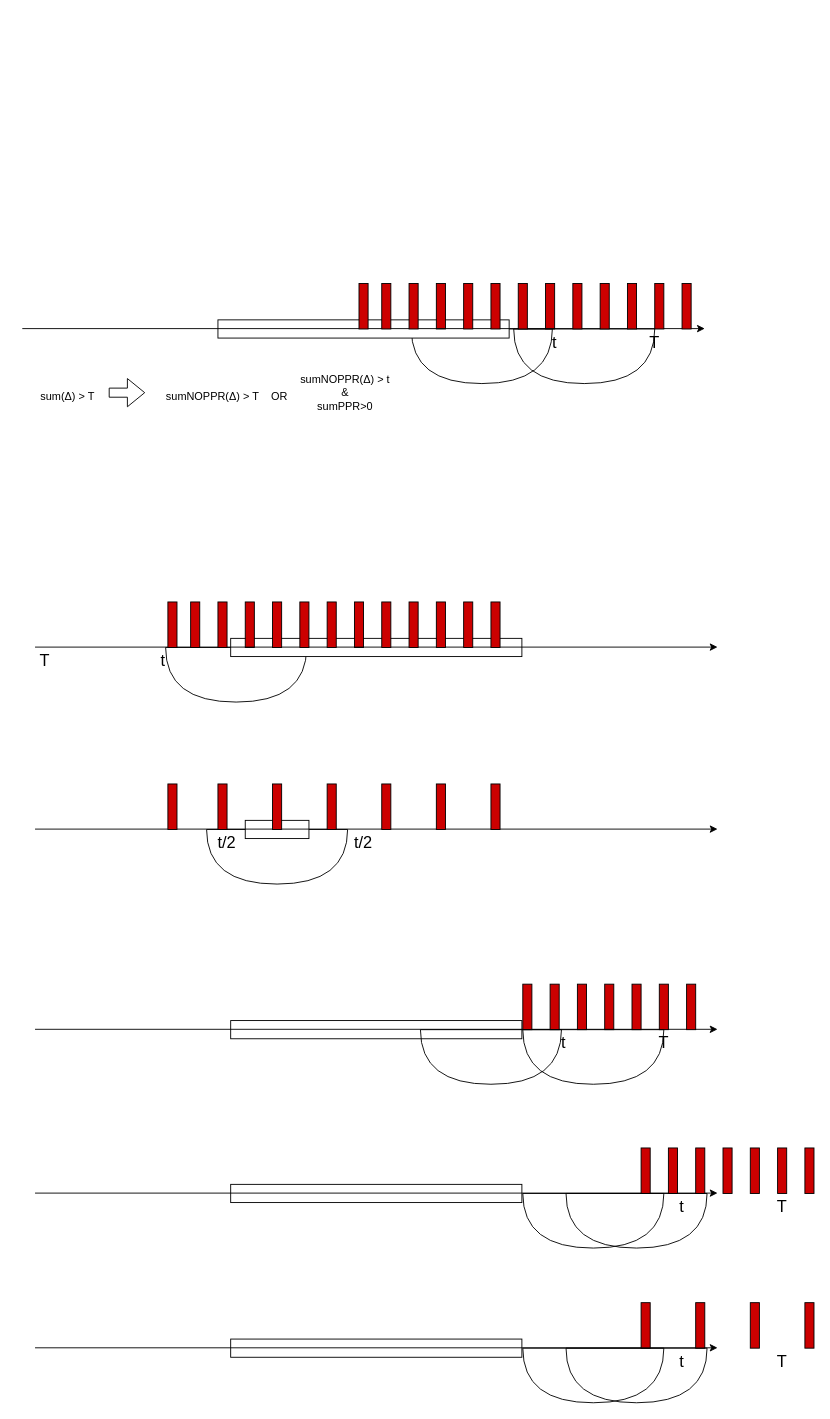
The draw.io diagram page "Страница 1" (1 of 3) of PPR-NOPPR.drawio in qqmax7/test, before the edit. Source tidied: cells renumbered, new cells numbered last; positions are measured from the earlier drawing's top-left corner, leaving out a move shared by most shapes. Both pictures are drawn from the tidied source at 91%, with x=0, y=0 at pixel (17, 283).
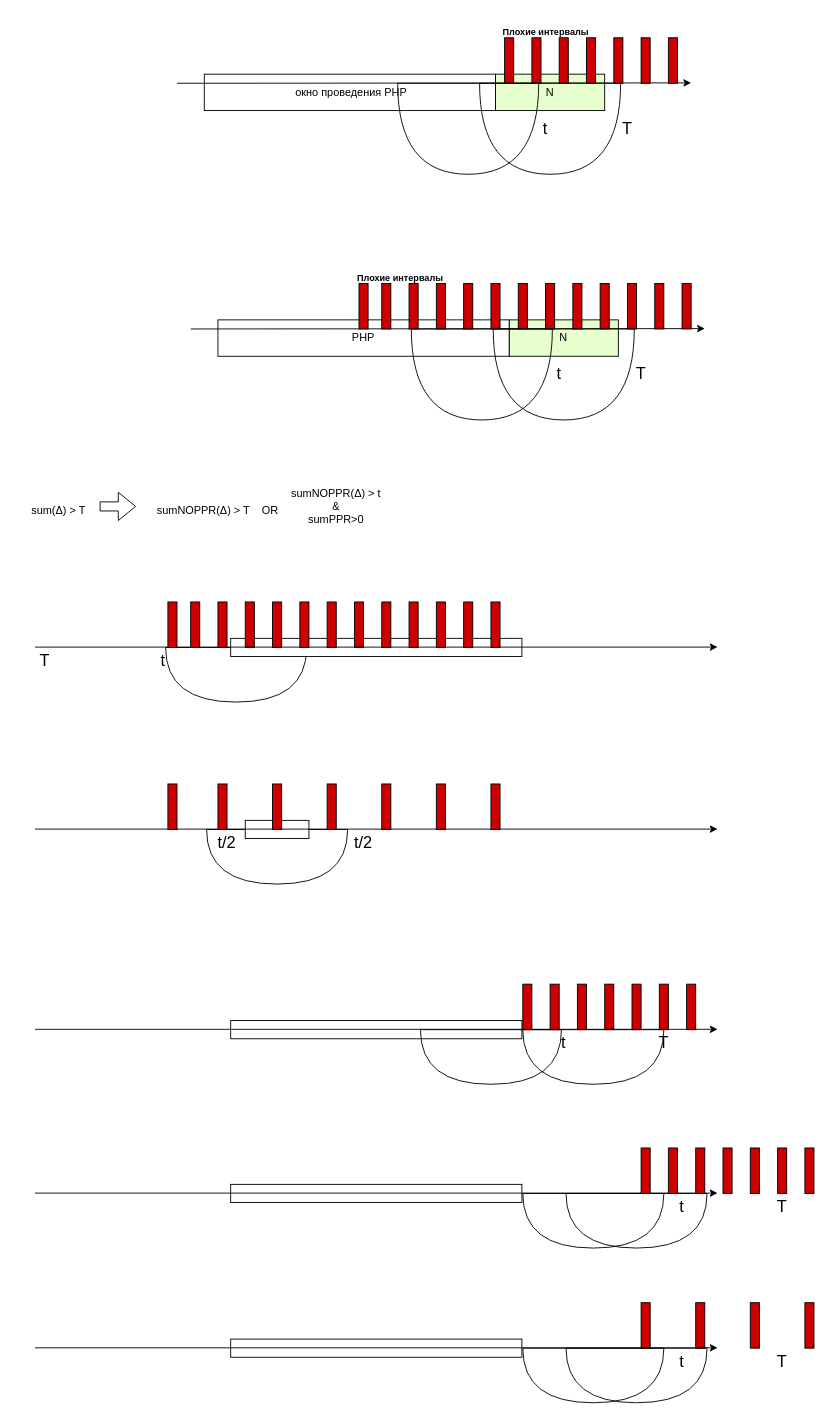
The same diagram, later.

The edit, as a diff of the source:
```diff
@@
-    <mxCell id="2" style="shape=or;whiteSpace=wrap;html=1;rotation=90;fillColor=none;" parent="1" vertex="1">
-      <mxGeometry x="592.5" y="2.5" width="60" height="155" as="geometry" />
-    </mxCell>
-    <mxCell id="3" style="shape=or;whiteSpace=wrap;html=1;rotation=90;fillColor=none;" parent="1" vertex="1">
-      <mxGeometry x="480" y="2.5" width="60" height="155" as="geometry" />
-    </mxCell>
+    <mxCell id="91" value="N" style="rounded=0;whiteSpace=wrap;html=1;fillColor=#E6FFCC;" parent="1" vertex="1">
+      <mxGeometry x="540" y="40" width="120" height="40" as="geometry" />
+    </mxCell>
-    <mxCell id="4" style="rounded=0;whiteSpace=wrap;html=1;" parent="1" vertex="1">
-      <mxGeometry x="220" y="40" width="320" height="20" as="geometry" />
+    <mxCell id="4" value="PHP" style="rounded=0;whiteSpace=wrap;html=1;" parent="1" vertex="1">
+      <mxGeometry x="220" y="40" width="320" height="40" as="geometry" />
     </mxCell>
@@
     <mxCell id="7" style="endArrow=classic;html=1;rounded=0;" parent="1" edge="1">
       <mxGeometry relative="1" as="geometry">
-        <mxPoint x="5" y="49.6" as="sourcePoint" />
+        <mxPoint x="190" y="50" as="sourcePoint" />
         <mxPoint x="755" y="49.6" as="targetPoint" />
       </mxGeometry>
     </mxCell>
@@
     <mxCell id="19" value="&lt;font style=&quot;font-size: 18px;&quot;&gt;t&lt;/font&gt;" style="text;html=1;strokeColor=none;fillColor=none;align=center;verticalAlign=middle;whiteSpace=wrap;rounded=0;" parent="1" vertex="1">
-      <mxGeometry x="560" y="50" width="60" height="30" as="geometry" />
+      <mxGeometry x="565" y="85" width="60" height="30" as="geometry" />
     </mxCell>
     <mxCell id="20" value="&lt;font style=&quot;font-size: 18px;&quot;&gt;T&lt;/font&gt;" style="text;html=1;strokeColor=none;fillColor=none;align=center;verticalAlign=middle;whiteSpace=wrap;rounded=0;" parent="1" vertex="1">
-      <mxGeometry x="670" y="50" width="60" height="30" as="geometry" />
+      <mxGeometry x="655" y="85" width="60" height="30" as="geometry" />
     </mxCell>
     <mxCell id="21" value="sum(Δ) &amp;gt; T" style="text;html=1;strokeColor=none;fillColor=none;align=center;verticalAlign=middle;whiteSpace=wrap;rounded=0;" parent="1" vertex="1">
-      <mxGeometry x="10" y="110" width="90" height="30" as="geometry" />
+      <mxGeometry y="235" width="90" height="30" as="geometry" />
     </mxCell>
     <mxCell id="22" style="shape=flexArrow;endArrow=classic;html=1;rounded=0;" parent="1" edge="1">
       <mxGeometry relative="1" as="geometry">
-        <mxPoint x="100" y="120" as="sourcePoint" />
-        <mxPoint x="140" y="120" as="targetPoint" />
+        <mxPoint x="90" y="245" as="sourcePoint" />
+        <mxPoint x="130" y="245" as="targetPoint" />
       </mxGeometry>
     </mxCell>
     <mxCell id="23" value="sumNOPPR(Δ) &amp;gt; t&lt;br&gt;&amp;amp;&lt;br&gt;sumPPR&amp;gt;0" style="text;html=1;strokeColor=none;fillColor=none;align=center;verticalAlign=middle;whiteSpace=wrap;rounded=0;" parent="1" vertex="1">
-      <mxGeometry x="280" y="105" width="160" height="30" as="geometry" />
+      <mxGeometry x="270" y="230" width="160" height="30" as="geometry" />
     </mxCell>
     <mxCell id="24" value="sumNOPPR(Δ) &amp;gt; T&amp;nbsp;&amp;nbsp;&amp;nbsp; OR" style="text;html=1;strokeColor=none;fillColor=none;align=center;verticalAlign=middle;whiteSpace=wrap;rounded=0;" parent="1" vertex="1">
-      <mxGeometry x="150" y="110" width="160" height="30" as="geometry" />
+      <mxGeometry x="140" y="235" width="160" height="30" as="geometry" />
     </mxCell>
@@
+    <mxCell id="92" style="shape=or;whiteSpace=wrap;html=1;rotation=90;fillColor=none;" parent="1" vertex="1">
+      <mxGeometry x="550" y="22.5" width="100" height="155" as="geometry" />
+    </mxCell>
+    <mxCell id="93" value="&lt;font style=&quot;font-size: 10px;&quot;&gt;Плохие интервалы&lt;/font&gt;" style="text;strokeColor=none;fillColor=none;html=1;fontSize=24;fontStyle=1;verticalAlign=middle;align=center;" parent="1" vertex="1">
+      <mxGeometry x="370" y="-20" width="100" height="20" as="geometry" />
+    </mxCell>
+    <mxCell id="3" style="shape=or;whiteSpace=wrap;html=1;rotation=90;fillColor=none;" parent="1" vertex="1">
+      <mxGeometry x="460" y="22.5" width="100" height="155" as="geometry" />
+    </mxCell>
+    <mxCell id="94" value="N " style="rounded=0;whiteSpace=wrap;html=1;fillColor=#E6FFCC;" parent="1" vertex="1">
+      <mxGeometry x="525" y="-230" width="120" height="40" as="geometry" />
+    </mxCell>
+    <mxCell id="95" value="&amp;nbsp;окно проведения PHP" style="rounded=0;whiteSpace=wrap;html=1;" parent="1" vertex="1">
+      <mxGeometry x="205" y="-230" width="320" height="40" as="geometry" />
+    </mxCell>
+    <mxCell id="96" style="rounded=0;whiteSpace=wrap;html=1;fillColor=#CC0000;" parent="1" vertex="1">
+      <mxGeometry x="565" y="-270" width="10" height="50" as="geometry" />
+    </mxCell>
+    <mxCell id="97" style="endArrow=classic;html=1;rounded=0;" parent="1" edge="1">
+      <mxGeometry relative="1" as="geometry">
+        <mxPoint x="175" y="-220" as="sourcePoint" />
+        <mxPoint x="740" y="-220.4" as="targetPoint" />
+      </mxGeometry>
+    </mxCell>
+    <mxCell id="98" style="rounded=0;whiteSpace=wrap;html=1;fillColor=#CC0000;" parent="1" vertex="1">
+      <mxGeometry x="535" y="-270" width="10" height="50" as="geometry" />
+    </mxCell>
+    <mxCell id="99" style="rounded=0;whiteSpace=wrap;html=1;fillColor=#CC0000;" parent="1" vertex="1">
+      <mxGeometry x="595" y="-270" width="10" height="50" as="geometry" />
+    </mxCell>
+    <mxCell id="100" style="rounded=0;whiteSpace=wrap;html=1;fillColor=#CC0000;" parent="1" vertex="1">
+      <mxGeometry x="625" y="-270" width="10" height="50" as="geometry" />
+    </mxCell>
+    <mxCell id="101" style="rounded=0;whiteSpace=wrap;html=1;fillColor=#CC0000;" parent="1" vertex="1">
+      <mxGeometry x="655" y="-270" width="10" height="50" as="geometry" />
+    </mxCell>
+    <mxCell id="102" style="rounded=0;whiteSpace=wrap;html=1;fillColor=#CC0000;" parent="1" vertex="1">
+      <mxGeometry x="685" y="-270" width="10" height="50" as="geometry" />
+    </mxCell>
+    <mxCell id="103" style="rounded=0;whiteSpace=wrap;html=1;fillColor=#CC0000;" parent="1" vertex="1">
+      <mxGeometry x="715" y="-270" width="10" height="50" as="geometry" />
+    </mxCell>
+    <mxCell id="104" value="&lt;font style=&quot;font-size: 18px;&quot;&gt;t&lt;/font&gt;" style="text;html=1;strokeColor=none;fillColor=none;align=center;verticalAlign=middle;whiteSpace=wrap;rounded=0;" parent="1" vertex="1">
+      <mxGeometry x="550" y="-185" width="60" height="30" as="geometry" />
+    </mxCell>
+    <mxCell id="105" value="&lt;font style=&quot;font-size: 18px;&quot;&gt;T&lt;/font&gt;" style="text;html=1;strokeColor=none;fillColor=none;align=center;verticalAlign=middle;whiteSpace=wrap;rounded=0;" parent="1" vertex="1">
+      <mxGeometry x="640" y="-185" width="60" height="30" as="geometry" />
+    </mxCell>
+    <mxCell id="106" style="shape=or;whiteSpace=wrap;html=1;rotation=90;fillColor=none;" parent="1" vertex="1">
+      <mxGeometry x="535" y="-247.5" width="100" height="155" as="geometry" />
+    </mxCell>
+    <mxCell id="107" value="&lt;font style=&quot;font-size: 10px;&quot;&gt;Плохие интервалы&lt;/font&gt;" style="text;strokeColor=none;fillColor=none;html=1;fontSize=24;fontStyle=1;verticalAlign=middle;align=center;" parent="1" vertex="1">
+      <mxGeometry x="530" y="-290" width="100" height="20" as="geometry" />
+    </mxCell>
+    <mxCell id="108" style="shape=or;whiteSpace=wrap;html=1;rotation=90;fillColor=none;" parent="1" vertex="1">
+      <mxGeometry x="445" y="-247.5" width="100" height="155" as="geometry" />
+    </mxCell>
```
